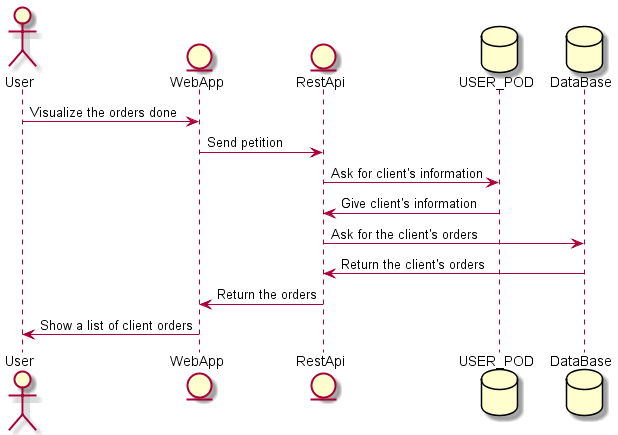
Before: images/VisualizeOrdersDone.png, a diagram exported from PlantUML (Arquisoft/dede_es3c). Its diagram source:
```plantuml
@startuml
actor User
entity WebApp
entity RestApi
database USER_POD
database DataBase
User -> WebApp: Visualize the orders done
WebApp -> RestApi: Send petition
RestApi -> USER_POD: Ask for client's information
USER_POD -> RestApi: Give client's information
RestApi -> DataBase: Ask for the client's orders
DataBase -> RestApi: Return the client's orders
RestApi -> WebApp: Return the orders
WebApp -> User: Show a list of client orders
@enduml
```
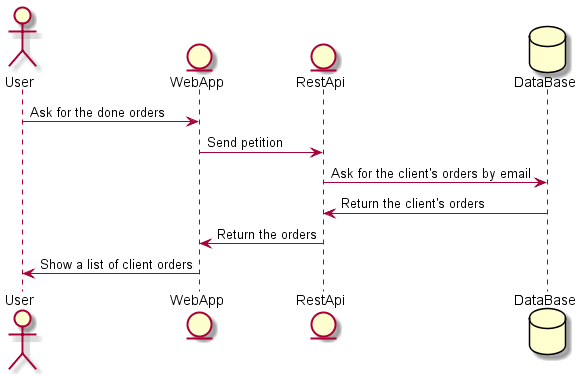
After the change.

What changed in the source:
```diff
@@ -2,13 +2,10 @@
 actor User
 entity WebApp
 entity RestApi
-database USER_POD
 database DataBase
-User -> WebApp: Visualize the orders done
+User -> WebApp: Ask for the done orders
 WebApp -> RestApi: Send petition
-RestApi -> USER_POD: Ask for client's information
-USER_POD -> RestApi: Give client's information
-RestApi -> DataBase: Ask for the client's orders
+RestApi -> DataBase: Ask for the client's orders by email
 DataBase -> RestApi: Return the client's orders
 RestApi -> WebApp: Return the orders
 WebApp -> User: Show a list of client orders
```
